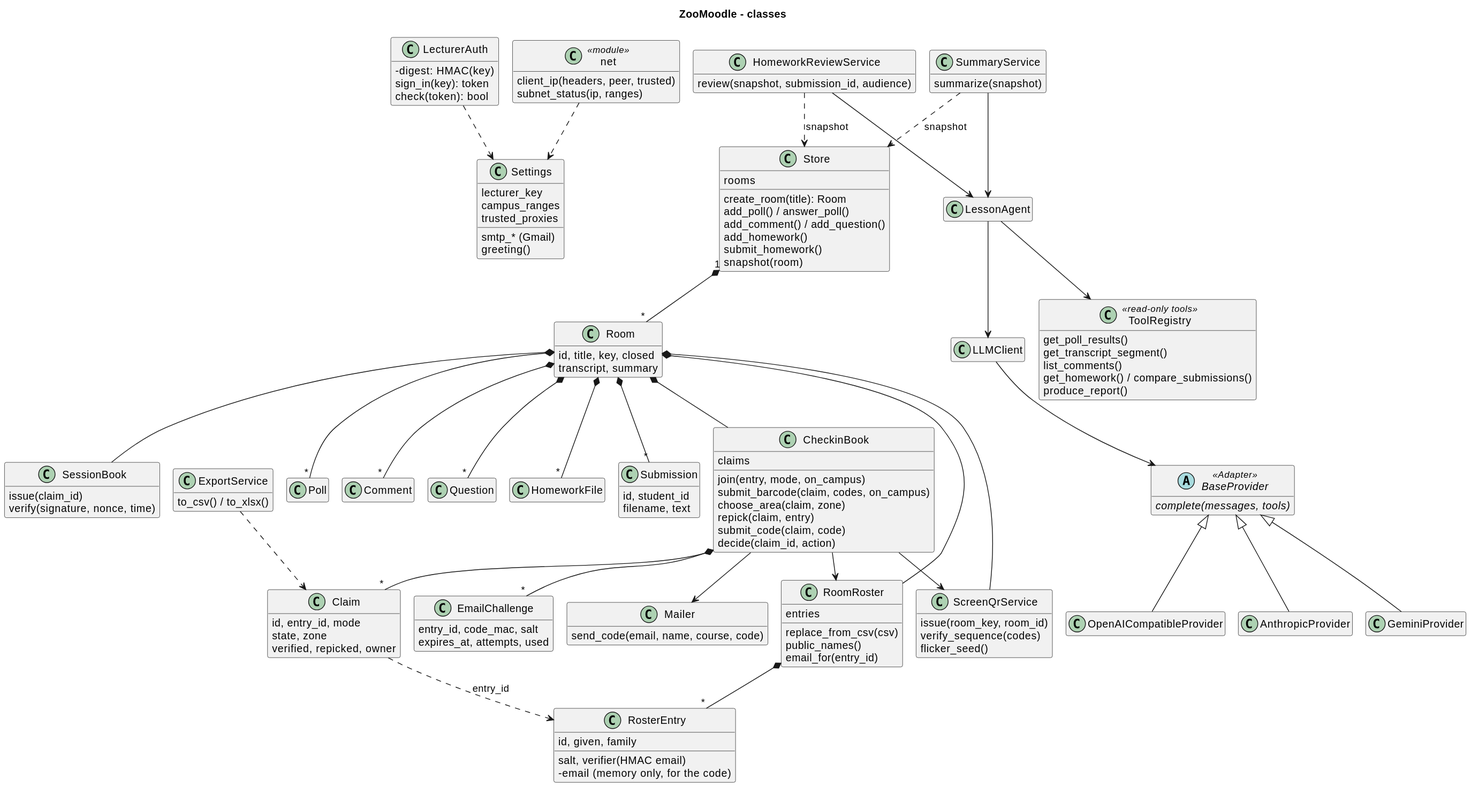
Before: docs/diagrams/classes.svg, a diagram exported from PlantUML (Haim-Barby/ZooMoodle).
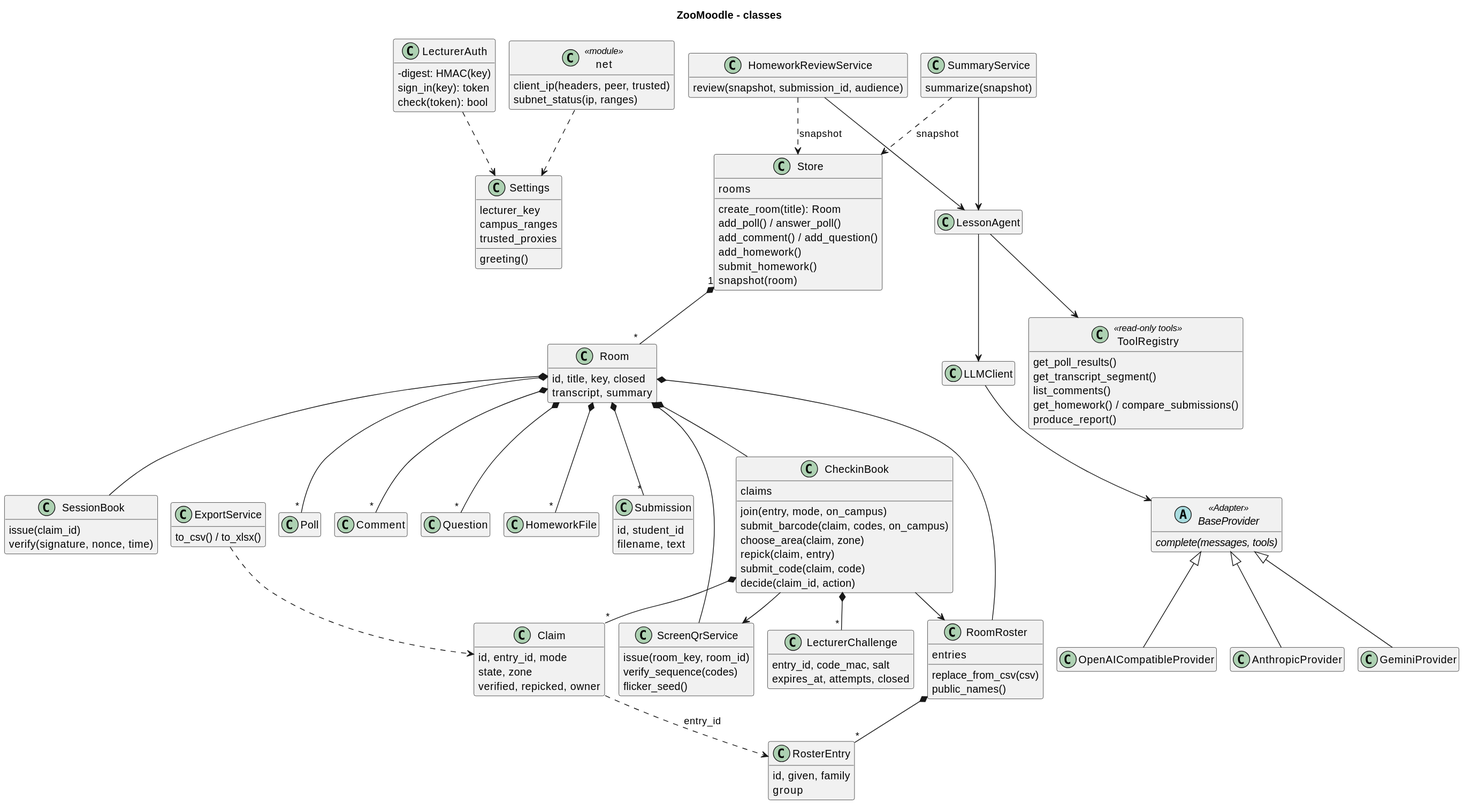
After the change.

What changed in the source:
```diff
@@ -1,4 +1,5 @@
 @startuml
+!pragma layout smetana
 !pragma layout smetana
 title ZooMoodle - classes
 skinparam classAttributeIconSize 0
@@ -8,7 +9,6 @@
   lecturer_key
   campus_ranges
   trusted_proxies
-  smtp_* (Gmail)
   greeting()
 }
 class LecturerAuth {
@@ -33,12 +33,10 @@
   entries
   replace_from_csv(csv)
   public_names()
-  email_for(entry_id)
 }
 class RosterEntry {
   id, given, family
-  salt, verifier(HMAC email)
-  -email (memory only, for the code)
+  group
 }
 class CheckinBook {
   claims
@@ -54,12 +52,9 @@
   state, zone
   verified, repicked, owner
 }
-class EmailChallenge {
+class LecturerChallenge {
   entry_id, code_mac, salt
-  expires_at, attempts, used
-}
-class Mailer {
-  send_code(email, name, course, code)
+  expires_at, attempts, closed
 }
 class ScreenQrService {
   issue(room_key, room_id)
@@ -119,8 +114,7 @@
 Room *-- "*" Submission
 RoomRoster *-- "*" RosterEntry
 CheckinBook *-- "*" Claim
-CheckinBook *-- "*" EmailChallenge
-CheckinBook --> Mailer
+CheckinBook *-- "*" LecturerChallenge
 CheckinBook --> ScreenQrService
 CheckinBook --> RoomRoster
 Claim ..> RosterEntry : entry_id
```
